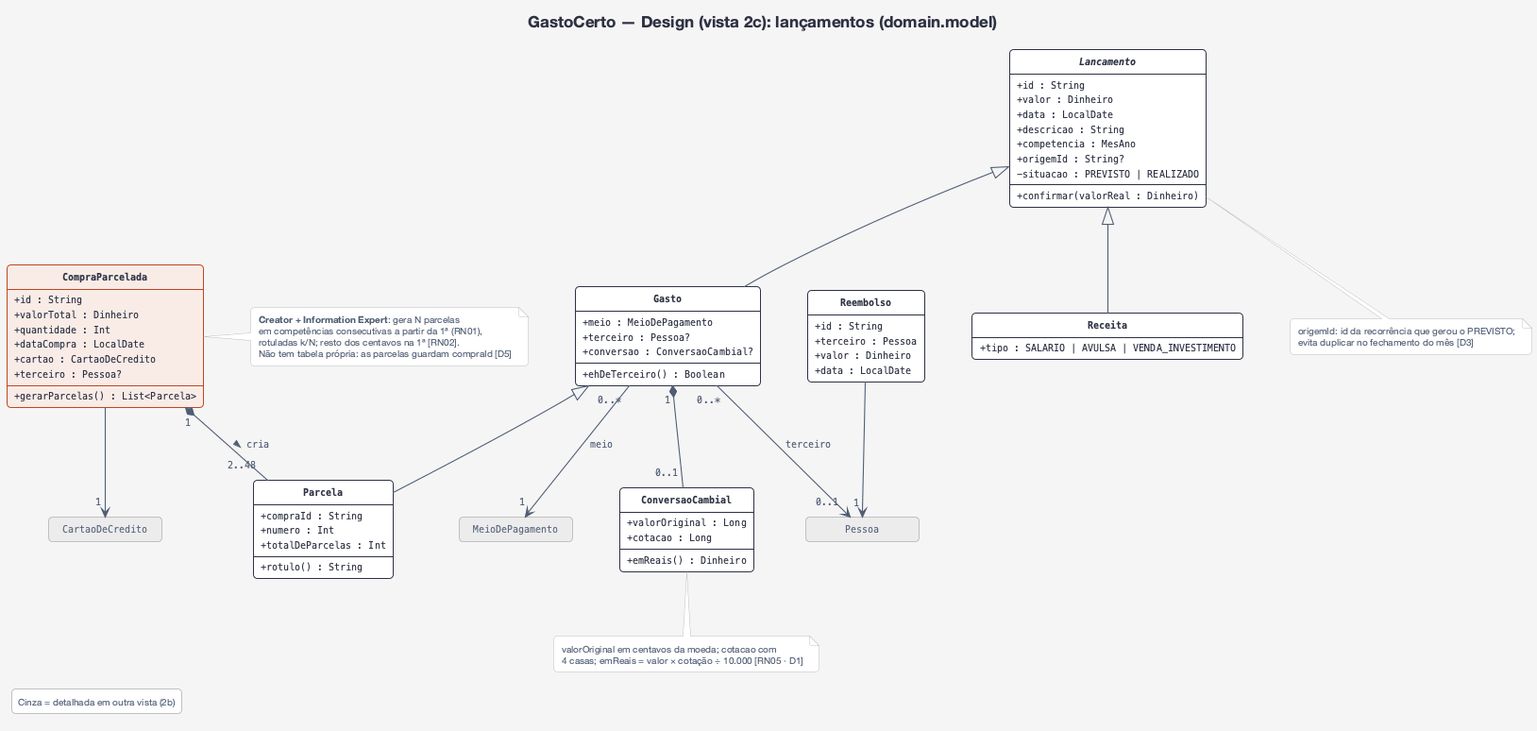
The PlantUML diagram docs/uml/design-2c-dominio-lancamentos.png in gabrielfbarbosa/gasto-certo, before a commit.
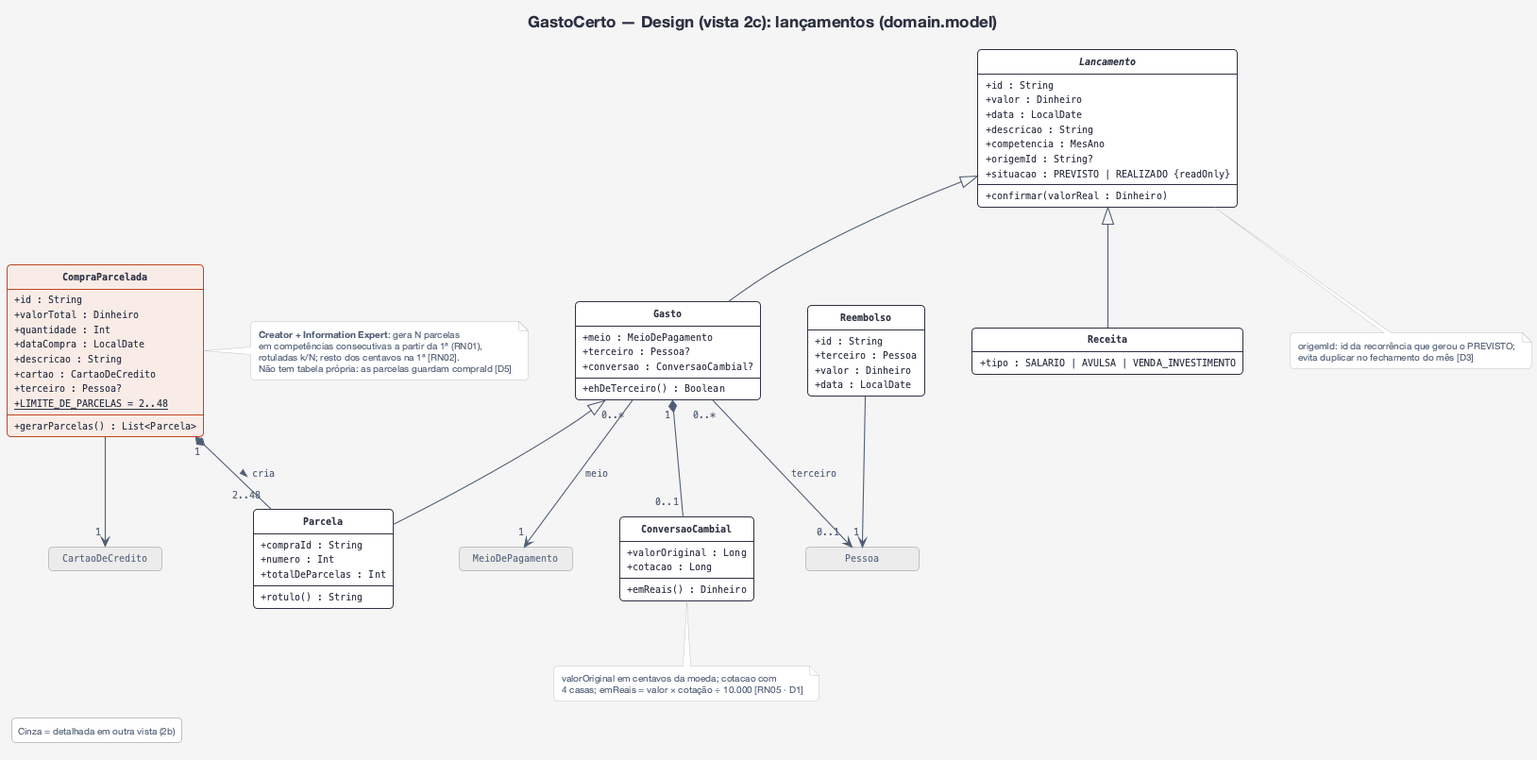
The same file after the commit.

What changed in the source:
```diff
@@ -14,7 +14,7 @@
   + descricao : String
   + competencia : MesAno
   + origemId : String?
-  - situacao : PREVISTO | REALIZADO
+  + situacao : PREVISTO | REALIZADO {readOnly}
   + confirmar(valorReal : Dinheiro)
 }
 class Gasto {
@@ -37,8 +37,10 @@
   + valorTotal : Dinheiro
   + quantidade : Int
   + dataCompra : LocalDate
+  + descricao : String
   + cartao : CartaoDeCredito
   + terceiro : Pessoa?
+  + {static} LIMITE_DE_PARCELAS = 2..48
   + gerarParcelas() : List<Parcela>
 }
 class ConversaoCambial {
```
